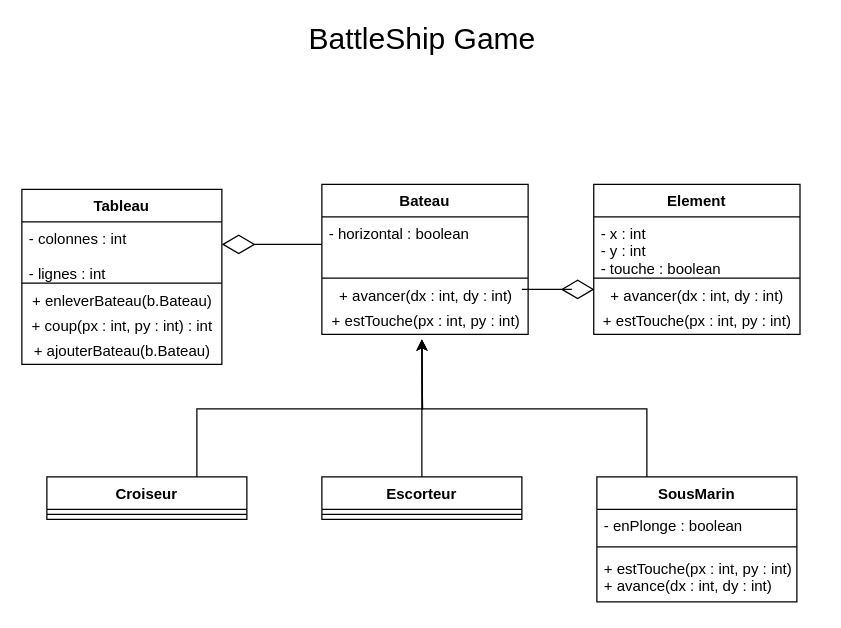
Above: TD1.drawio in Kamaiko/DrawIO-Repo (draw.io), before the change. Source tidied: cells renumbered, new cells numbered last; positions are measured from the earlier drawing's top-left corner, leaving out a move shared by most shapes. Both pictures are drawn from the tidied source at 125%, with x=0, y=0 at pixel (21, 26).
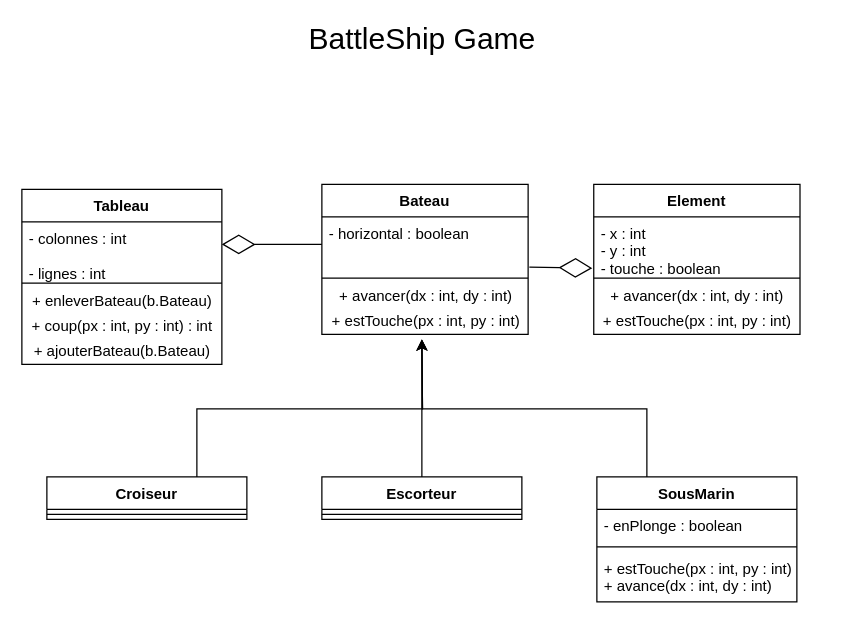
The same page after the edit.

The change refers to these unchanged cells:
```xml
<mxCell id="22" value="- horizontal : boolean" style="text;strokeColor=none;fillColor=none;align=left;verticalAlign=top;spacingLeft=4;spacingRight=4;overflow=hidden;points=[[0,0.5],[1,0.5]];portConstraint=eastwest;" parent="21" vertex="1">
  <mxGeometry y="26" width="165" height="44" as="geometry" />
</mxCell>
<mxCell id="27" value="- x : int&#10;- y : int&#10;- touche : boolean" style="text;strokeColor=none;fillColor=none;align=left;verticalAlign=top;spacingLeft=4;spacingRight=4;overflow=hidden;points=[[0,0.5],[1,0.5]];portConstraint=eastwest;" parent="26" vertex="1">
  <mxGeometry y="26" width="165" height="44" as="geometry" />
</mxCell>
```

What changed in the source:
```diff
@@
-    <mxCell id="20" style="endArrow=diamondThin;endFill=0;endSize=24;html=1;rounded=0;entryX=-0.012;entryY=0.923;entryDx=0;entryDy=0;entryPerimeter=0;" parent="1" edge="1">
-      <mxGeometry relative="1" as="geometry">
-        <mxPoint x="400" y="210" as="sourcePoint" />
-        <mxPoint x="458.1" y="210" as="targetPoint" />
-        <Array as="points">
-          <mxPoint x="440" y="210" />
-        </Array>
-      </mxGeometry>
+    <mxCell id="20" style="endArrow=diamondThin;endFill=0;endSize=24;html=1;rounded=0;entryX=-0.007;entryY=0.932;entryDx=0;entryDy=0;entryPerimeter=0;exitX=1.006;exitY=0.914;exitDx=0;exitDy=0;exitPerimeter=0;" parent="1" edge="1" source="22" target="27">
+      <mxGeometry relative="1" as="geometry" />
     </mxCell>
```
